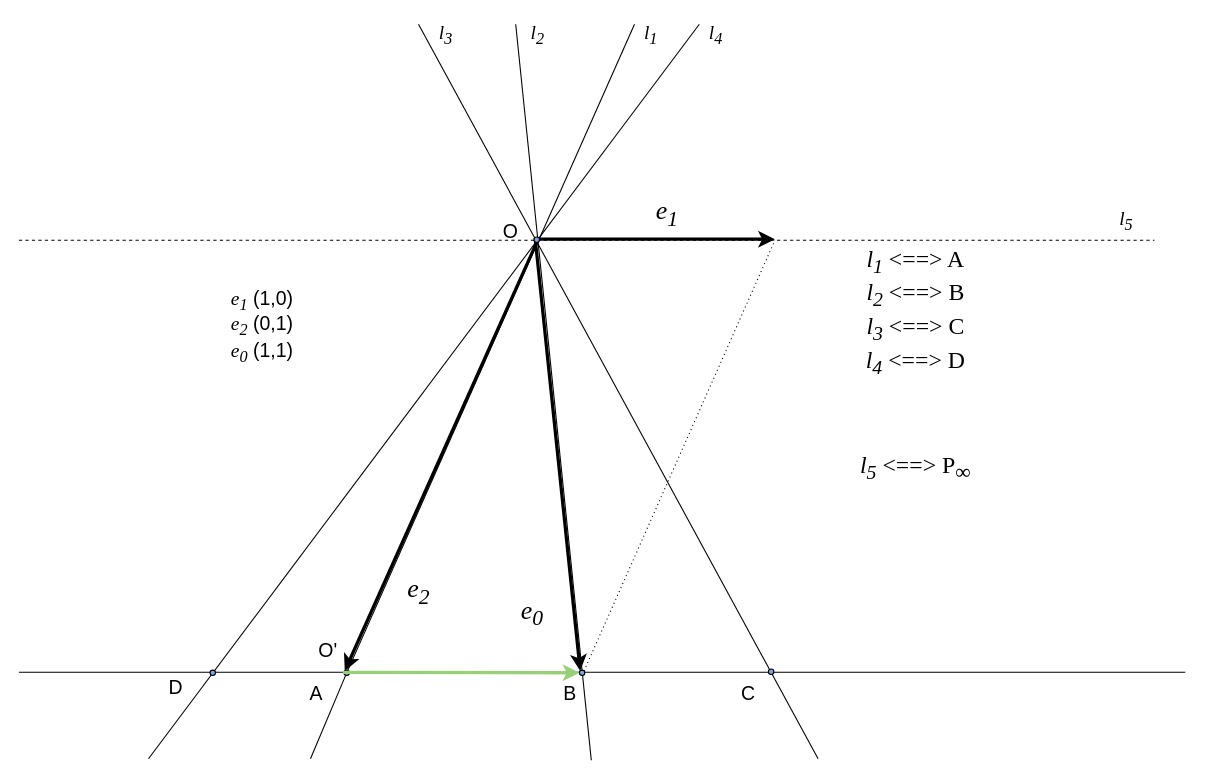
Before: page "p18" (19 of 19) of slides/proj.drawio in amcp-pit/geom_course, a draw.io diagram. Source tidied: cells renumbered, new cells numbered last; positions are measured from the earlier drawing's top-left corner, leaving out a move shared by most shapes. Both pictures are drawn from the tidied source at 108%, with x=0, y=0 at pixel (18, 18).
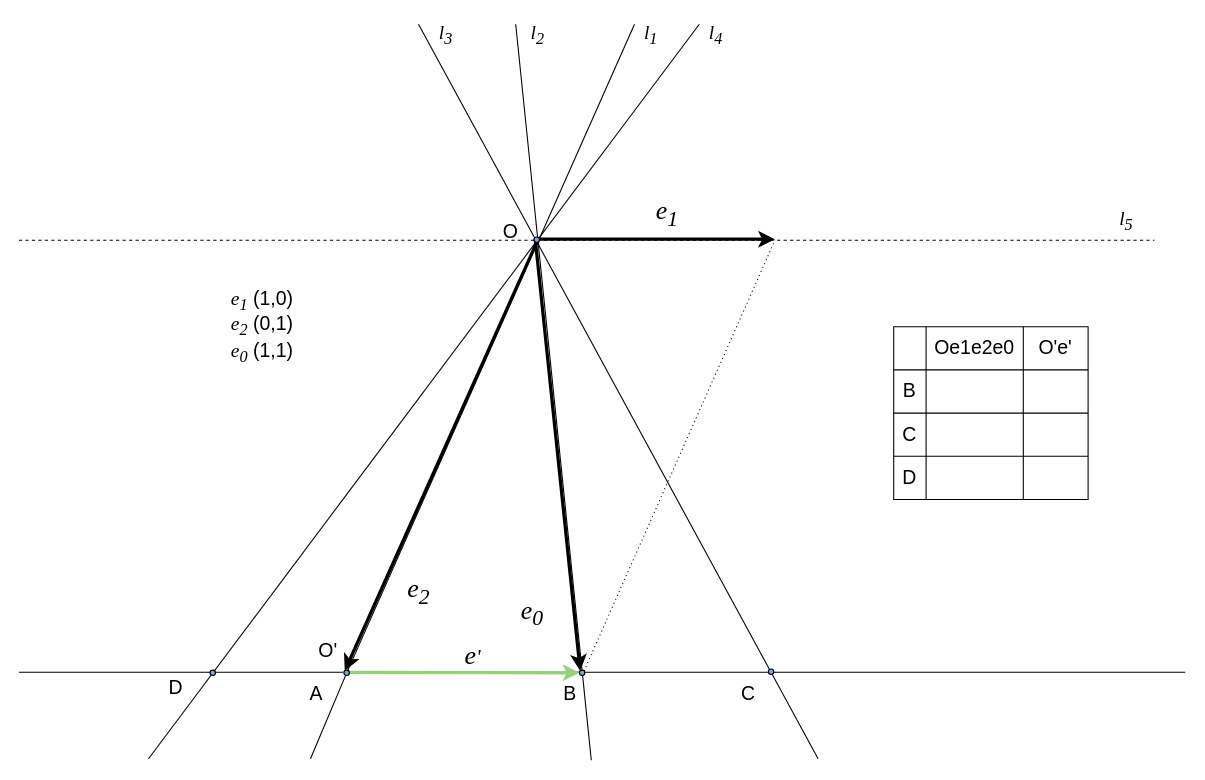
The same page after the edit.

What changed in the source:
```diff
@@
-    <mxCell id="20" style="ellipse;whiteSpace=wrap;html=1;fillColor=#7EA6E0;" parent="1" vertex="1">
-      <mxGeometry x="301" y="603" width="5" height="5" as="geometry" />
-    </mxCell>
@@
-    <mxCell id="27" value="&lt;font style=&quot;font-size: 22px&quot; face=&quot;Times New Roman&quot;&gt;&lt;i&gt;l&lt;sub&gt;1&lt;/sub&gt;&lt;/i&gt; &amp;lt;==&amp;gt; A&lt;br&gt;&lt;i&gt;l&lt;sub&gt;2&lt;/sub&gt;&lt;/i&gt; &amp;lt;==&amp;gt; B&lt;br&gt;&lt;i&gt;l&lt;sub&gt;3&lt;/sub&gt;&lt;/i&gt; &amp;lt;==&amp;gt; C&lt;br&gt;&lt;/font&gt;&lt;i style=&quot;font-family: &amp;#34;times new roman&amp;#34; ; font-size: 22px&quot;&gt;l&lt;sub&gt;4&lt;/sub&gt;&lt;/i&gt;&lt;span style=&quot;font-family: &amp;#34;times new roman&amp;#34; ; font-size: 22px&quot;&gt;&amp;nbsp;&amp;lt;==&amp;gt; D&lt;/span&gt;&lt;font style=&quot;font-size: 22px&quot; face=&quot;Times New Roman&quot;&gt;&lt;br&gt;&lt;br&gt;&lt;/font&gt;" style="text;html=1;align=center;verticalAlign=middle;" parent="1" vertex="1">
-      <mxGeometry x="775" y="235" width="110" height="100" as="geometry" />
-    </mxCell>
-    <mxCell id="28" value="&lt;font style=&quot;font-size: 22px&quot; face=&quot;Times New Roman&quot;&gt;&lt;i&gt;l&lt;sub&gt;5&lt;/sub&gt;&lt;/i&gt; &amp;lt;==&amp;gt; P&lt;/font&gt;&lt;font face=&quot;Times New Roman&quot; style=&quot;font-size: 24px&quot;&gt;&lt;sub&gt;∞&lt;/sub&gt;&lt;/font&gt;&lt;font style=&quot;font-size: 22px&quot; face=&quot;Times New Roman&quot;&gt;&lt;br&gt;&lt;/font&gt;" style="text;html=1;align=center;verticalAlign=middle;" parent="1" vertex="1">
-      <mxGeometry x="770" y="400" width="120" height="30" as="geometry" />
-    </mxCell>
@@
+    <mxCell id="36" value="&lt;i&gt;&lt;font style=&quot;font-size: 24px&quot; face=&quot;Times New Roman&quot;&gt;e&lt;/font&gt;&lt;font style=&quot;font-size: 20px&quot; face=&quot;Times New Roman&quot;&gt;'&lt;/font&gt;&lt;/i&gt;" style="text;html=1;align=center;verticalAlign=middle;" parent="1" vertex="1">
+      <mxGeometry x="405" y="580" width="30" height="20" as="geometry" />
+    </mxCell>
+    <mxCell id="20" style="ellipse;whiteSpace=wrap;html=1;fillColor=#7EA6E0;" parent="1" vertex="1">
+      <mxGeometry x="301" y="603" width="5" height="5" as="geometry" />
+    </mxCell>
+    <mxCell id="37" style="shape=table;html=1;whiteSpace=wrap;startSize=0;childLayout=tableLayout;" parent="1" vertex="1">
+      <mxGeometry x="810" y="285" width="180" height="160" as="geometry" />
+    </mxCell>
+    <mxCell id="38" style="shape=partialRectangle;html=1;whiteSpace=wrap;fillColor=none;top=0;left=0;bottom=0;right=0;" parent="37" vertex="1">
+      <mxGeometry width="180" height="40" as="geometry" />
+    </mxCell>
+    <mxCell id="39" style="shape=partialRectangle;html=1;whiteSpace=wrap;overflow=hidden;fillColor=none;top=0;left=0;bottom=0;right=0;" parent="38" vertex="1">
+      <mxGeometry width="30" height="40" as="geometry" />
+    </mxCell>
+    <mxCell id="40" value="&lt;font style=&quot;font-size: 18px&quot;&gt;Oe1e2e0&lt;/font&gt;" style="shape=partialRectangle;html=1;whiteSpace=wrap;overflow=hidden;fillColor=none;top=0;left=0;bottom=0;right=0;" parent="38" vertex="1">
+      <mxGeometry x="30" width="90" height="40" as="geometry" />
+    </mxCell>
+    <mxCell id="41" value="&lt;font style=&quot;font-size: 18px&quot;&gt;O'e'&lt;/font&gt;" style="shape=partialRectangle;html=1;whiteSpace=wrap;overflow=hidden;fillColor=none;top=0;left=0;bottom=0;right=0;" parent="38" vertex="1">
+      <mxGeometry x="120" width="60" height="40" as="geometry" />
+    </mxCell>
+    <mxCell id="42" style="shape=partialRectangle;html=1;whiteSpace=wrap;fillColor=none;top=0;left=0;bottom=0;right=0;" parent="37" vertex="1">
+      <mxGeometry y="40" width="180" height="40" as="geometry" />
+    </mxCell>
+    <mxCell id="43" value="&lt;font style=&quot;font-size: 18px&quot;&gt;B&lt;/font&gt;" style="shape=partialRectangle;html=1;whiteSpace=wrap;overflow=hidden;fillColor=none;top=0;left=0;bottom=0;right=0;" parent="42" vertex="1">
+      <mxGeometry width="30" height="40" as="geometry" />
+    </mxCell>
+    <mxCell id="44" style="shape=partialRectangle;html=1;whiteSpace=wrap;overflow=hidden;fillColor=none;top=0;left=0;bottom=0;right=0;" parent="42" vertex="1">
+      <mxGeometry x="30" width="90" height="40" as="geometry" />
+    </mxCell>
+    <mxCell id="45" style="shape=partialRectangle;html=1;whiteSpace=wrap;overflow=hidden;fillColor=none;top=0;left=0;bottom=0;right=0;" parent="42" vertex="1">
+      <mxGeometry x="120" width="60" height="40" as="geometry" />
+    </mxCell>
+    <mxCell id="46" style="shape=partialRectangle;html=1;whiteSpace=wrap;fillColor=none;top=0;left=0;bottom=0;right=0;" parent="37" vertex="1">
+      <mxGeometry y="80" width="180" height="40" as="geometry" />
+    </mxCell>
+    <mxCell id="47" value="&lt;font style=&quot;font-size: 18px&quot;&gt;C&lt;/font&gt;" style="shape=partialRectangle;html=1;whiteSpace=wrap;overflow=hidden;fillColor=none;top=0;left=0;bottom=0;right=0;" parent="46" vertex="1">
+      <mxGeometry width="30" height="40" as="geometry" />
+    </mxCell>
+    <mxCell id="48" style="shape=partialRectangle;html=1;whiteSpace=wrap;overflow=hidden;fillColor=none;top=0;left=0;bottom=0;right=0;" parent="46" vertex="1">
+      <mxGeometry x="30" width="90" height="40" as="geometry" />
+    </mxCell>
+    <mxCell id="49" style="shape=partialRectangle;html=1;whiteSpace=wrap;overflow=hidden;fillColor=none;top=0;left=0;bottom=0;right=0;" parent="46" vertex="1">
+      <mxGeometry x="120" width="60" height="40" as="geometry" />
+    </mxCell>
+    <mxCell id="50" style="shape=partialRectangle;html=1;whiteSpace=wrap;fillColor=none;top=0;left=0;bottom=0;right=0;" parent="37" vertex="1">
+      <mxGeometry y="120" width="180" height="40" as="geometry" />
+    </mxCell>
+    <mxCell id="51" value="&lt;font style=&quot;font-size: 18px&quot;&gt;D&lt;/font&gt;" style="shape=partialRectangle;html=1;whiteSpace=wrap;overflow=hidden;fillColor=none;top=0;left=0;bottom=0;right=0;" parent="50" vertex="1">
+      <mxGeometry width="30" height="40" as="geometry" />
+    </mxCell>
+    <mxCell id="52" style="shape=partialRectangle;html=1;whiteSpace=wrap;overflow=hidden;fillColor=none;top=0;left=0;bottom=0;right=0;" parent="50" vertex="1">
+      <mxGeometry x="30" width="90" height="40" as="geometry" />
+    </mxCell>
+    <mxCell id="53" style="shape=partialRectangle;html=1;whiteSpace=wrap;overflow=hidden;fillColor=none;top=0;left=0;bottom=0;right=0;" parent="50" vertex="1">
+      <mxGeometry x="120" width="60" height="40" as="geometry" />
+    </mxCell>
```
